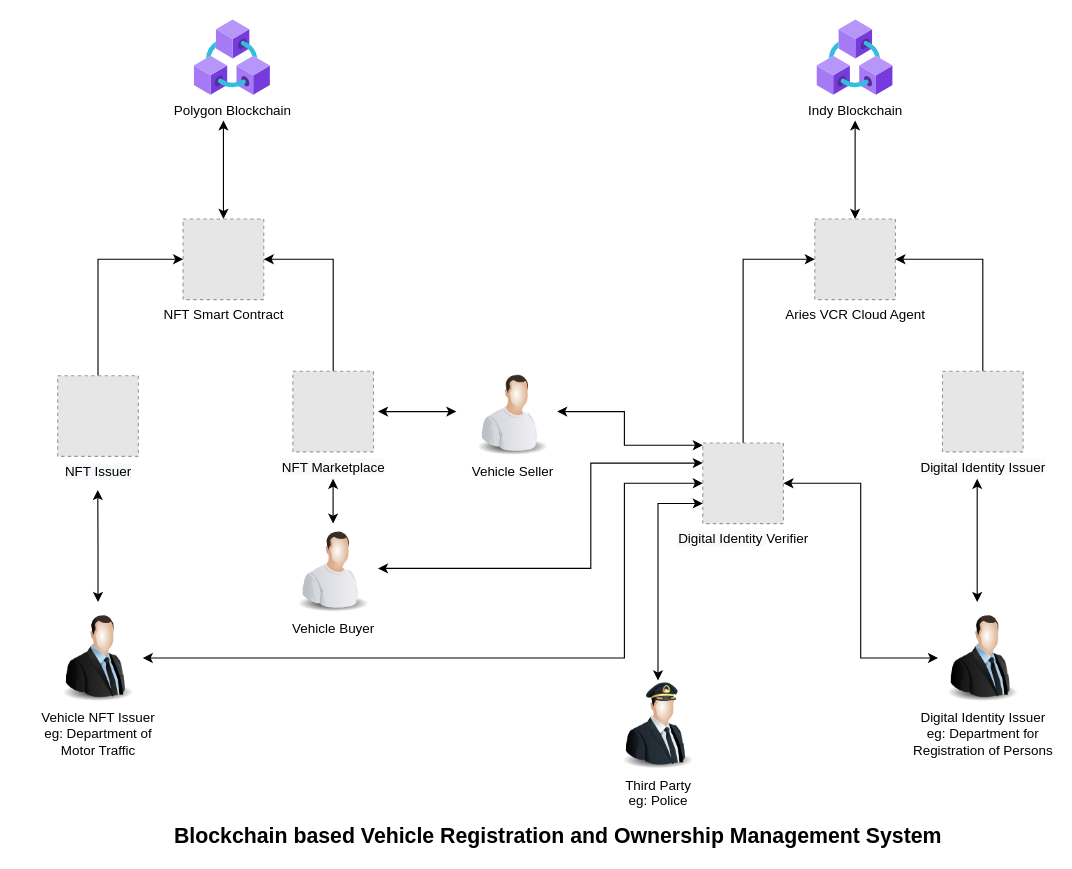
Above: Docs/Propersal/Overall-System.drawio in hansajayathilaka/L2-Software-Project (draw.io), before the change. Source tidied: cells renumbered, new cells numbered last; positions are measured from the earlier drawing's top-left corner, leaving out a move shared by most shapes. Both pictures are drawn from the tidied source at 112%, with x=0, y=0 at pixel (53, 19). Pictures stored in the file or linked from it are replaced by grey dashed boxes.
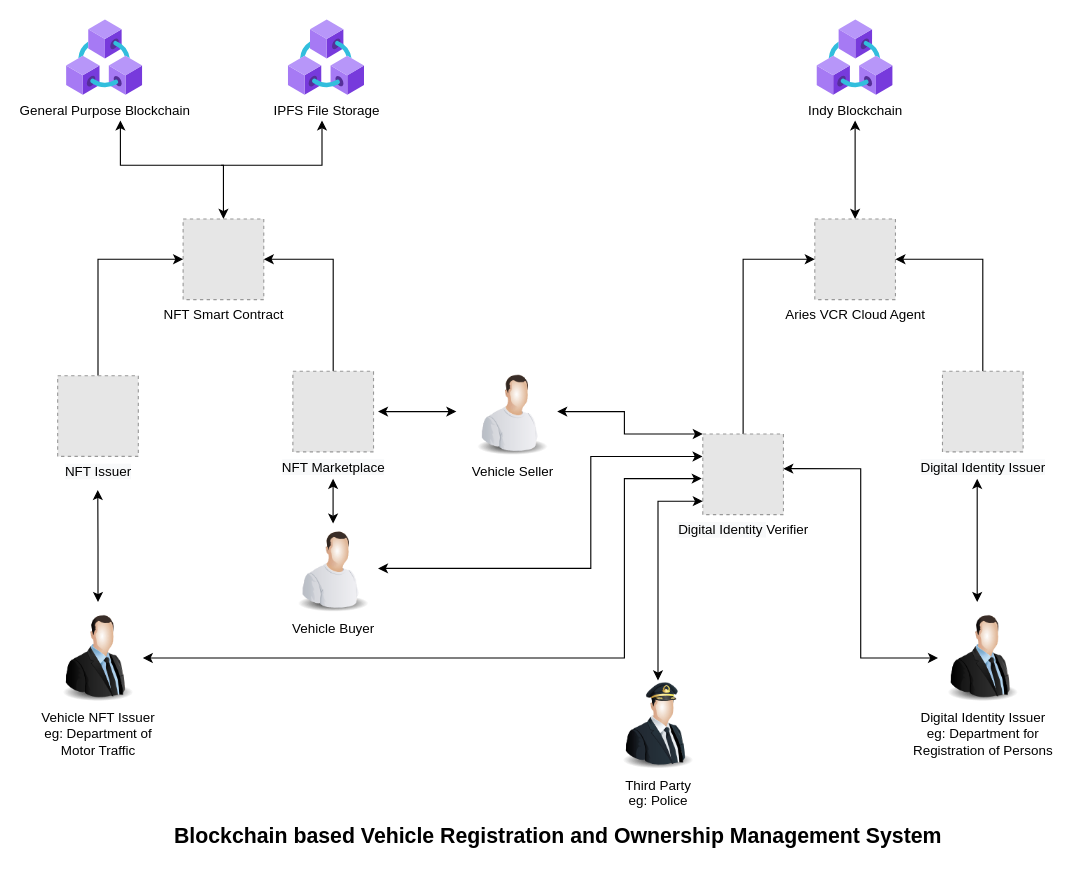
The same page after the edit.

Commit message (it also covers changes not shown here):
Add propersal documantation

The change refers to these unchanged cells:
```xml
<mxCell id="4" value="NFT Smart Contract" style="fillColor=#E6E6E6;strokeColor=#999999;dashed=1;html=1;verticalAlign=top;verticalLabelPosition=bottom;labelBackgroundColor=#ffffff;" parent="1" vertex="1">
  <mxGeometry x="116" y="178" width="72" height="72" as="geometry" />
</mxCell>
<mxCell id="9" value="Vehicle NFT Issuer&lt;br&gt;eg: Department of&lt;br&gt;Motor Traffic" style="image;html=1;image=img/lib/clip_art/people/Suit_Man_128x128.png;" parent="1" vertex="1">
  <mxGeometry y="530" width="80" height="80" as="geometry" />
</mxCell>
<mxCell id="12" value="Vehicle Seller" style="image;html=1;image=img/lib/clip_art/people/Worker_Man_128x128.png;" parent="1" vertex="1">
  <mxGeometry x="370" y="310" width="80" height="80" as="geometry" />
</mxCell>
<mxCell id="15" value="Vehicle Buyer" style="image;html=1;image=img/lib/clip_art/people/Worker_Man_128x128.png;" parent="1" vertex="1">
  <mxGeometry x="210" y="450" width="80" height="80" as="geometry" />
</mxCell>
<mxCell id="23" value="Digital Identity Issuer&lt;br&gt;eg: Department for&lt;br&gt;Registration of Persons" style="image;html=1;image=img/lib/clip_art/people/Suit_Man_128x128.png;" parent="1" vertex="1">
  <mxGeometry x="790" y="530" width="80" height="80" as="geometry" />
</mxCell>
<mxCell id="29" value="Third Party&lt;br&gt;eg: Police" style="image;html=1;image=img/lib/clip_art/people/Pilot_Man_128x128.png;" parent="1" vertex="1">
  <mxGeometry x="500" y="590" width="80" height="80" as="geometry" />
</mxCell>
```

Change to the diagram source:
```diff
@@
-    <mxCell id="2" value="Polygon Blockchain" style="html=1;align=center;image;fontSize=12;image=img/lib/azure2/blockchain/Azure_Blockchain_Service.svg;" parent="1" vertex="1">
-      <mxGeometry x="126" width="68" height="68" as="geometry" />
+    <mxCell id="2" value="General Purpose Blockchain" style="html=1;align=center;image;fontSize=12;image=img/lib/azure2/blockchain/Azure_Blockchain_Service.svg;" parent="1" vertex="1">
+      <mxGeometry x="12" width="68" height="68" as="geometry" />
     </mxCell>
     <mxCell id="3" style="edgeStyle=orthogonalEdgeStyle;rounded=0;jettySize=auto;html=1;startArrow=classic;startFill=1;" parent="1" edge="1" source="4">
       <mxGeometry relative="1" as="geometry">
-        <mxPoint x="152" y="90" as="targetPoint" />
+        <mxPoint x="60" y="90" as="targetPoint" />
+        <Array as="points">
+          <mxPoint x="152" y="130" />
+          <mxPoint x="60" y="130" />
+        </Array>
       </mxGeometry>
     </mxCell>
+    <mxCell id="31" style="edgeStyle=orthogonalEdgeStyle;rounded=0;orthogonalLoop=1;jettySize=auto;html=1;" parent="1" edge="1">
+      <mxGeometry relative="1" as="geometry">
+        <mxPoint x="150" y="130" as="sourcePoint" />
+        <mxPoint x="240" y="90" as="targetPoint" />
+        <Array as="points">
+          <mxPoint x="240" y="130" />
+          <mxPoint x="240" y="90" />
+        </Array>
+      </mxGeometry>
+    </mxCell>
@@
-    <mxCell id="8" style="edgeStyle=orthogonalEdgeStyle;rounded=0;jettySize=auto;html=1;startArrow=classic;startFill=1;endArrow=classic;endFill=1;entryX=0;entryY=0.5;entryDx=0;entryDy=0;" parent="1" edge="1" source="9" target="27">
+    <mxCell id="8" style="edgeStyle=orthogonalEdgeStyle;rounded=0;jettySize=auto;html=1;startArrow=classic;startFill=1;endArrow=classic;endFill=1;entryX=-0.013;entryY=0.553;entryDx=0;entryDy=0;entryPerimeter=0;" parent="1" edge="1" source="9" target="27">
       <mxGeometry relative="1" as="geometry">
         <Array as="points">
           <mxPoint x="510" y="570" />
-          <mxPoint x="510" y="414" />
+          <mxPoint x="510" y="410" />
+          <mxPoint x="579" y="410" />
         </Array>
       </mxGeometry>
     </mxCell>
@@
-    <mxCell id="11" style="edgeStyle=orthogonalEdgeStyle;rounded=0;jettySize=auto;html=1;startArrow=classic;startFill=1;entryX=0;entryY=0.028;entryDx=0;entryDy=0;entryPerimeter=0;" parent="1" edge="1" source="12" target="27">
+    <mxCell id="11" style="edgeStyle=orthogonalEdgeStyle;rounded=0;jettySize=auto;html=1;startArrow=classic;startFill=1;entryX=0;entryY=0;entryDx=0;entryDy=0;" parent="1" edge="1" source="12" target="27">
       <mxGeometry relative="1" as="geometry">
         <Array as="points">
           <mxPoint x="510" y="350" />
-          <mxPoint x="510" y="380" />
+          <mxPoint x="510" y="370" />
         </Array>
       </mxGeometry>
     </mxCell>
@@
-    <mxCell id="14" style="edgeStyle=orthogonalEdgeStyle;rounded=0;jettySize=auto;html=1;startArrow=classic;startFill=1;endArrow=classic;endFill=1;exitX=1;exitY=0.5;exitDx=0;exitDy=0;entryX=0;entryY=0.25;entryDx=0;entryDy=0;" parent="1" edge="1" source="15" target="27">
+    <mxCell id="14" style="edgeStyle=orthogonalEdgeStyle;rounded=0;jettySize=auto;html=1;startArrow=classic;startFill=1;endArrow=classic;endFill=1;exitX=1;exitY=0.5;exitDx=0;exitDy=0;entryX=-0.003;entryY=0.279;entryDx=0;entryDy=0;entryPerimeter=0;" parent="1" edge="1" source="15" target="27">
       <mxGeometry relative="1" as="geometry">
         <Array as="points">
           <mxPoint x="480" y="490" />
-          <mxPoint x="480" y="396" />
+          <mxPoint x="480" y="390" />
         </Array>
       </mxGeometry>
     </mxCell>
@@
-    <mxCell id="22" style="edgeStyle=orthogonalEdgeStyle;rounded=0;jettySize=auto;html=1;startArrow=classic;startFill=1;endArrow=classic;endFill=1;entryX=1;entryY=0.5;entryDx=0;entryDy=0;" parent="1" edge="1" source="23" target="27">
+    <mxCell id="22" style="edgeStyle=orthogonalEdgeStyle;rounded=0;jettySize=auto;html=1;startArrow=classic;startFill=1;endArrow=classic;endFill=1;entryX=0.998;entryY=0.43;entryDx=0;entryDy=0;entryPerimeter=0;" parent="1" edge="1" source="23" target="27">
       <mxGeometry relative="1" as="geometry" />
     </mxCell>
@@
     <mxCell id="27" value="&lt;span style=&quot;background-color: rgb(248, 249, 250);&quot;&gt;Digital Identity&amp;nbsp;&lt;/span&gt;Verifier" style="fillColor=#E6E6E6;strokeColor=#999999;dashed=1;html=1;verticalAlign=top;verticalLabelPosition=bottom;labelBackgroundColor=#ffffff;" parent="1" vertex="1">
-      <mxGeometry x="580" y="378" width="72" height="72" as="geometry" />
+      <mxGeometry x="580" y="370" width="72" height="72" as="geometry" />
     </mxCell>
-    <mxCell id="28" style="edgeStyle=orthogonalEdgeStyle;rounded=0;jettySize=auto;html=1;startArrow=classic;startFill=1;endArrow=classic;endFill=1;entryX=0;entryY=0.75;entryDx=0;entryDy=0;exitX=0.5;exitY=0;exitDx=0;exitDy=0;" parent="1" edge="1" source="29" target="27">
+    <mxCell id="28" style="edgeStyle=orthogonalEdgeStyle;rounded=0;jettySize=auto;html=1;startArrow=classic;startFill=1;endArrow=classic;endFill=1;exitX=0.5;exitY=0;exitDx=0;exitDy=0;" parent="1" edge="1" source="29">
       <mxGeometry relative="1" as="geometry">
+        <mxPoint x="580" y="430" as="targetPoint" />
         <Array as="points">
-          <mxPoint x="540" y="432" />
+          <mxPoint x="540" y="430" />
+          <mxPoint x="580" y="430" />
         </Array>
       </mxGeometry>
     </mxCell>
@@
+    <mxCell id="32" value="IPFS File Storage" style="html=1;align=center;image;fontSize=12;image=img/lib/azure2/blockchain/Azure_Blockchain_Service.svg;" parent="1" vertex="1">
+      <mxGeometry x="210" width="68" height="68" as="geometry" />
+    </mxCell>
```
